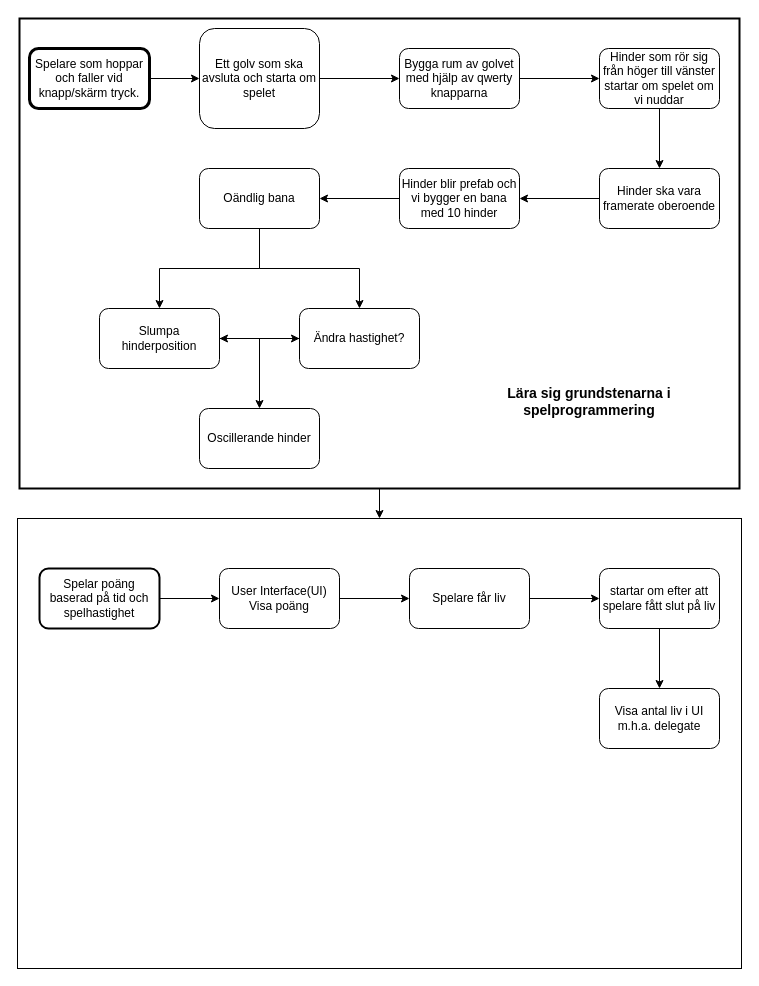
Above: Documentation/Spel upplägg.drawio in MTGJonas/CarConeBeginnerProject (draw.io), before the change. Source tidied: cells renumbered, new cells numbered last; positions are measured from the earlier drawing's top-left corner, leaving out a move shared by most shapes. Both pictures are drawn from the tidied source at 100%, with x=0, y=0 at pixel (17, 18).
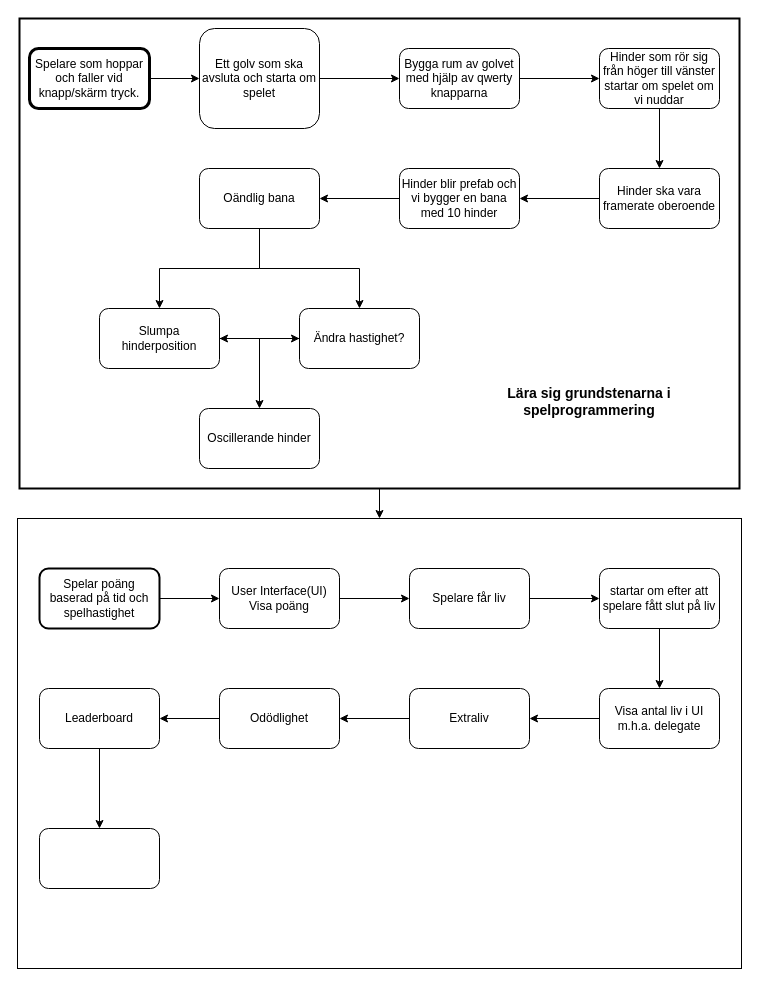
The same page after the edit.

The change refers to these unchanged cells:
```xml
<mxCell id="32" value="Visa antal liv i UI m.h.a. delegate" style="whiteSpace=wrap;html=1;rounded=1;" parent="1" vertex="1">
  <mxGeometry x="582" y="670" width="120" height="60" as="geometry" />
</mxCell>
```

The edit, as a diff of the source:
```diff
@@
+    <mxCell id="36" style="edgeStyle=orthogonalEdgeStyle;rounded=0;jettySize=auto;html=1;" parent="1" edge="1" source="32" target="38">
+      <mxGeometry relative="1" as="geometry" />
+    </mxCell>
@@
+    <mxCell id="37" style="edgeStyle=orthogonalEdgeStyle;rounded=0;jettySize=auto;html=1;" parent="1" edge="1" source="38" target="40">
+      <mxGeometry relative="1" as="geometry" />
+    </mxCell>
+    <mxCell id="38" value="Extraliv" style="rounded=1;whiteSpace=wrap;html=1;" parent="1" vertex="1">
+      <mxGeometry x="392" y="670" width="120" height="60" as="geometry" />
+    </mxCell>
+    <mxCell id="39" style="edgeStyle=orthogonalEdgeStyle;rounded=0;jettySize=auto;html=1;" parent="1" edge="1" source="40" target="42">
+      <mxGeometry relative="1" as="geometry" />
+    </mxCell>
+    <mxCell id="40" value="Odödlighet" style="whiteSpace=wrap;html=1;rounded=1;" parent="1" vertex="1">
+      <mxGeometry x="202" y="670" width="120" height="60" as="geometry" />
+    </mxCell>
+    <mxCell id="41" style="edgeStyle=orthogonalEdgeStyle;rounded=0;jettySize=auto;html=1;" parent="1" edge="1" source="42" target="43">
+      <mxGeometry relative="1" as="geometry" />
+    </mxCell>
+    <mxCell id="42" value="Leaderboard" style="whiteSpace=wrap;html=1;rounded=1;" parent="1" vertex="1">
+      <mxGeometry x="22" y="670" width="120" height="60" as="geometry" />
+    </mxCell>
+    <mxCell id="43" style="whiteSpace=wrap;html=1;rounded=1;" parent="1" vertex="1">
+      <mxGeometry x="22" y="810" width="120" height="60" as="geometry" />
+    </mxCell>
```
